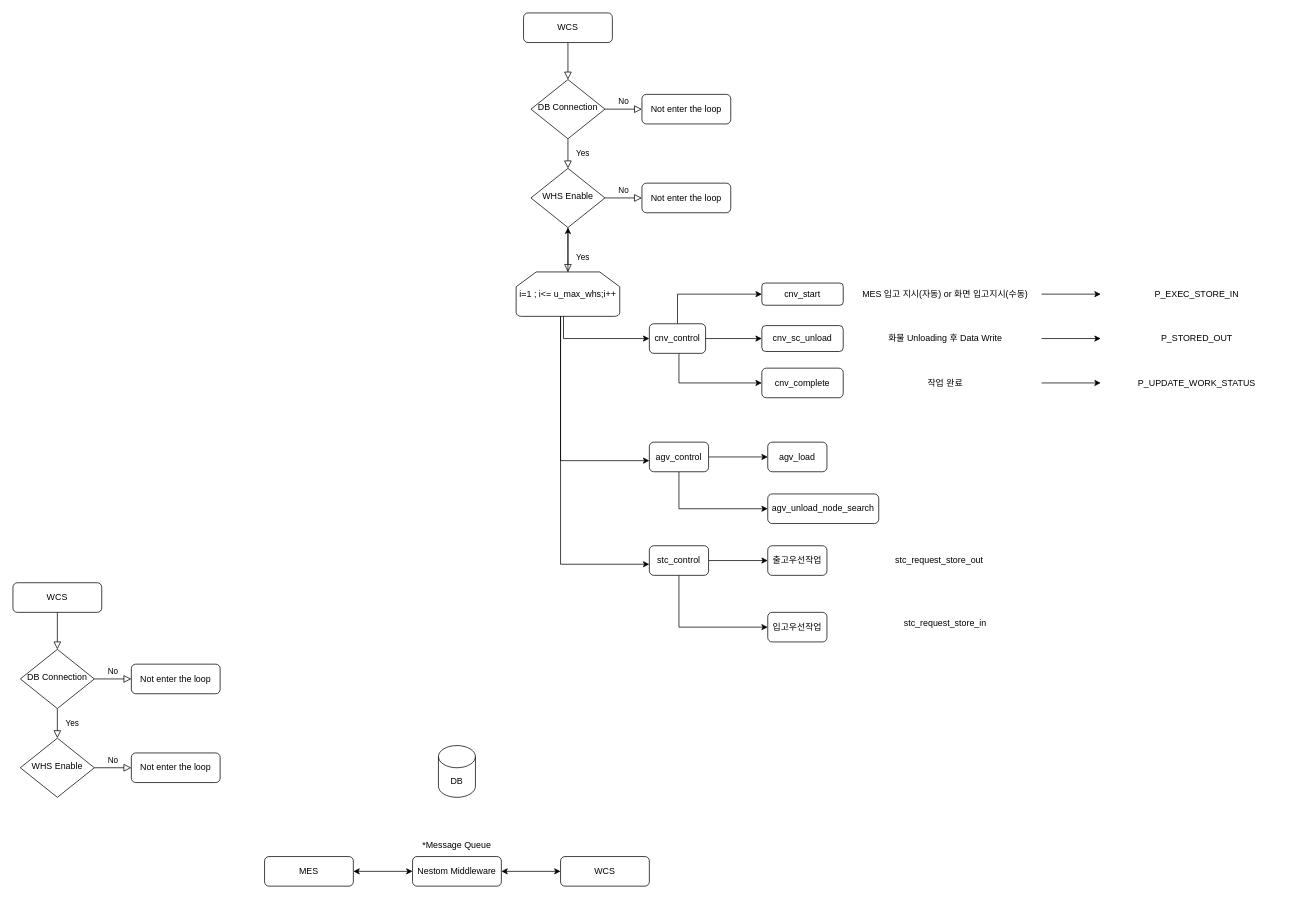
Before: WCScontrol.drawio in hjee02018/UML, a draw.io diagram. Source tidied: cells renumbered, new cells numbered last; positions are measured from the earlier drawing's top-left corner, leaving out a move shared by most shapes. Both pictures are drawn from the tidied source at 74%, with x=0, y=0 at pixel (13, 13).
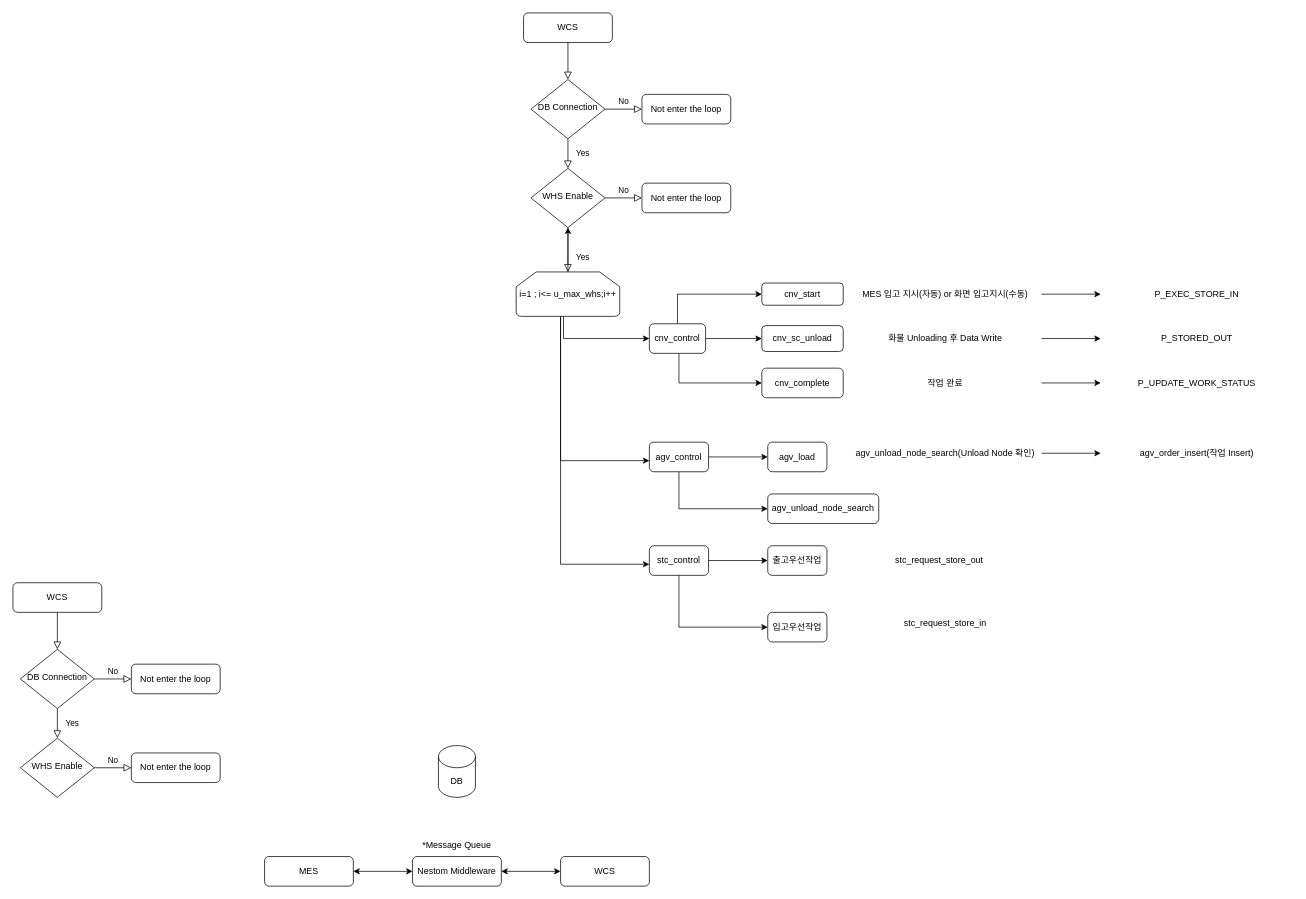
Above is the later version.

Change to the diagram source:
```diff
@@
+    <mxCell id="61" style="edgeStyle=orthogonalEdgeStyle;rounded=0;jettySize=auto;html=1;" parent="1" edge="1" source="62" target="63">
+      <mxGeometry relative="1" as="geometry" />
+    </mxCell>
+    <mxCell id="62" value="agv_unload_node_search(Unload Node 확인)" style="text;html=1;align=center;verticalAlign=middle;whiteSpace=wrap;rounded=0;" parent="1" vertex="1">
+      <mxGeometry x="1130" y="580" width="260" height="30" as="geometry" />
+    </mxCell>
+    <mxCell id="63" value="agv_order_insert(작업 Insert)" style="text;html=1;align=center;verticalAlign=middle;whiteSpace=wrap;rounded=0;" parent="1" vertex="1">
+      <mxGeometry x="1470" y="580" width="260" height="30" as="geometry" />
+    </mxCell>
```
